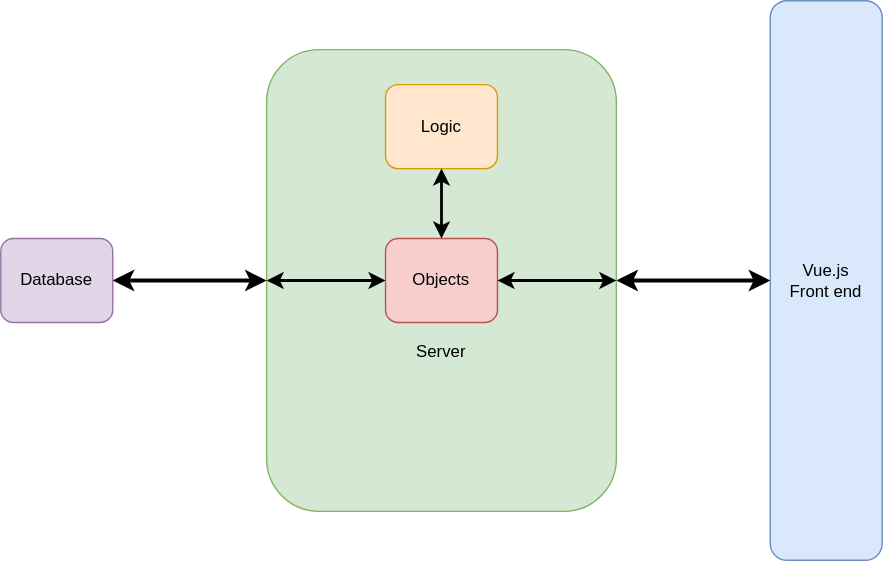
Earlier version of the draw.io export Architecture.svg (suryarawat/DigitalDeck). Source tidied: cells renumbered, new cells last; positions are measured from the earlier drawing's top-left corner, leaving out a move shared by most shapes.
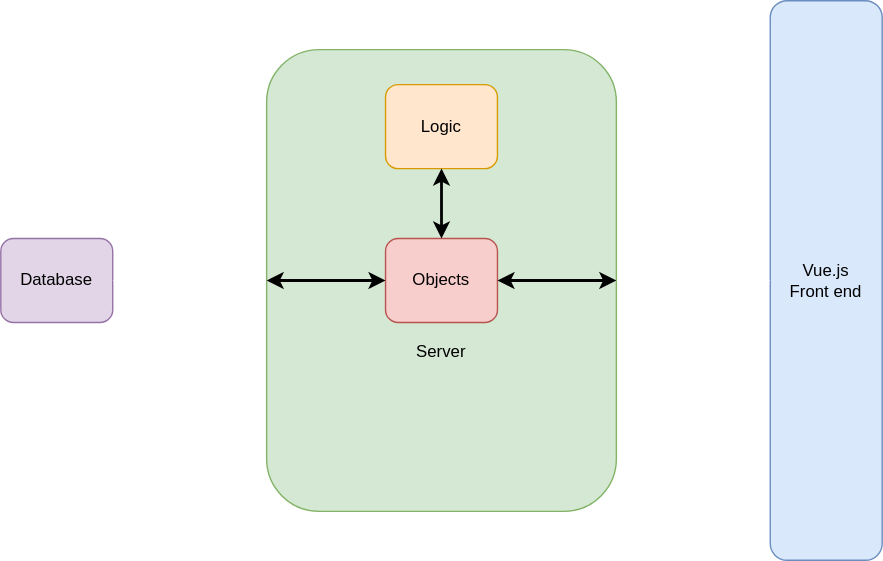
Above is the later version.

Diff of the diagram source:
```diff
@@ -14,10 +14,10 @@
     <mxCell id="5" value="Logic" style="rounded=1;whiteSpace=wrap;html=1;fontFamily=Helvetica;fontSize=12;align=center;fillColor=#ffe6cc;strokeColor=#d79b00;" parent="1" vertex="1">
       <mxGeometry x="275" y="60" width="80" height="60" as="geometry" />
     </mxCell>
-    <mxCell id="6" style="endArrow=classic;startArrow=classic;html=1;rounded=0;entryX=0;entryY=0.5;entryDx=0;entryDy=0;exitX=1;exitY=0.5;exitDx=0;exitDy=0;strokeWidth=3;" parent="1" edge="1" source="4" target="2">
+    <mxCell id="6" style="endArrow=classic;startArrow=classic;html=1;rounded=0;entryX=0;entryY=0.5;entryDx=0;entryDy=0;exitX=1;exitY=0.5;exitDx=0;exitDy=0;strokeWidth=3;strokeColor=#FFFFFF;" parent="1" edge="1" source="4" target="2">
       <mxGeometry relative="1" as="geometry" />
     </mxCell>
-    <mxCell id="7" style="endArrow=classic;startArrow=classic;html=1;rounded=0;entryX=0;entryY=0.5;entryDx=0;entryDy=0;exitX=1;exitY=0.5;exitDx=0;exitDy=0;strokeWidth=3;" parent="1" edge="1" source="3" target="4">
+    <mxCell id="7" style="endArrow=classic;startArrow=classic;html=1;rounded=0;entryX=0;entryY=0.5;entryDx=0;entryDy=0;exitX=1;exitY=0.5;exitDx=0;exitDy=0;strokeWidth=3;strokeColor=#FFFFFF;" parent="1" edge="1" source="3" target="4">
       <mxGeometry relative="1" as="geometry" />
     </mxCell>
     <mxCell id="8" value="Objects" style="rounded=1;whiteSpace=wrap;html=1;fontFamily=Helvetica;fontSize=12;align=center;fillColor=#f8cecc;strokeColor=#b85450;" parent="1" vertex="1">
```
